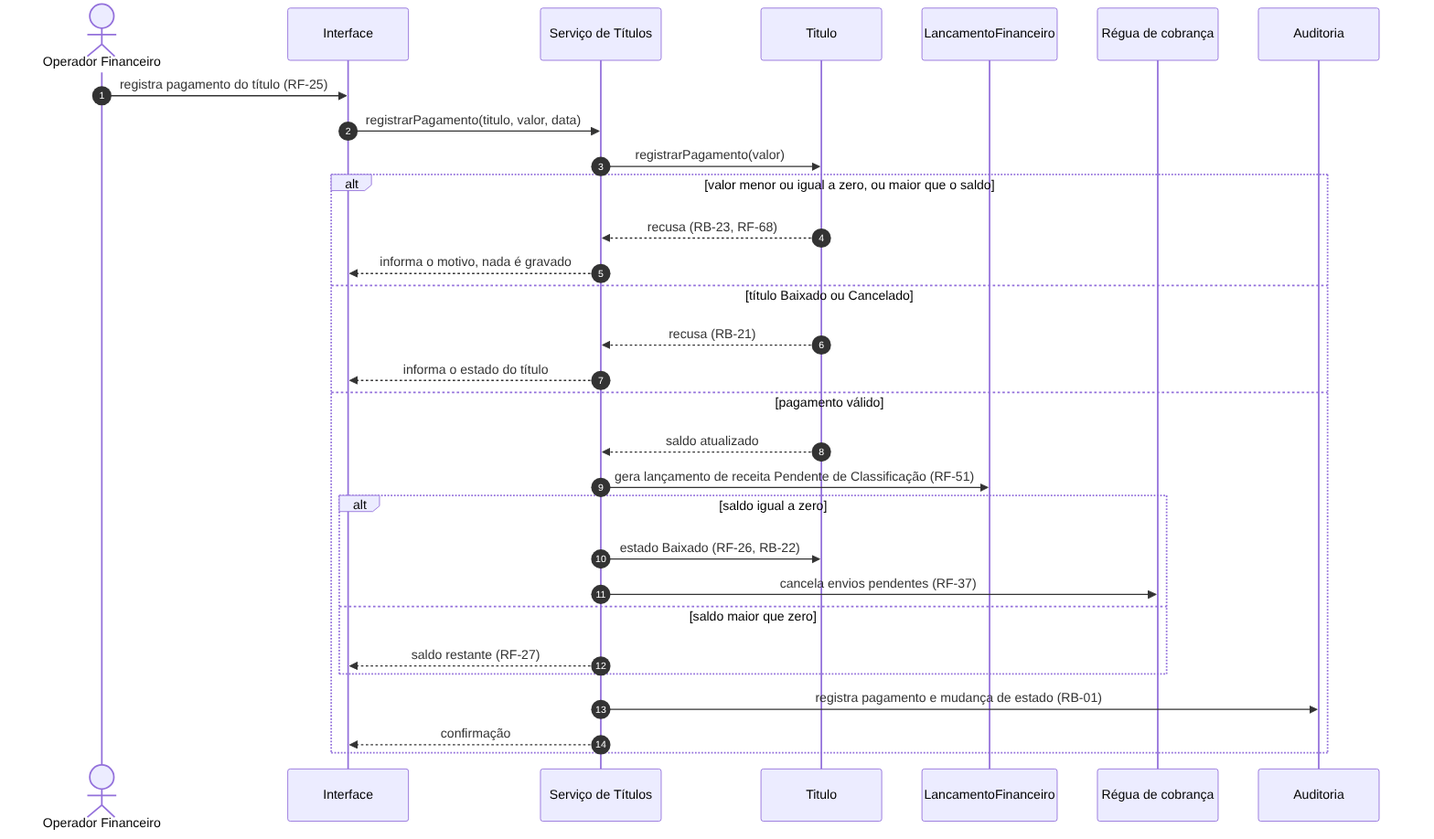
This is docs/uml/seq-UC-06.png from pedroguerra0603/Projeto_RemindMe, a Mermaid export, as it was before one commit. Its source is kept beside it as docs/uml/seq-UC-06.mmd. Source of this version:
```mermaid
sequenceDiagram
    autonumber
    actor Operador as Operador Financeiro
    participant UI as Interface
    participant App as Serviço de Títulos
    participant Tit as Titulo
    participant Lanc as LancamentoFinanceiro
    participant Regua as Régua de cobrança
    participant Aud as Auditoria

    Operador->>UI: registra pagamento do título (RF-25)
    UI->>App: registrarPagamento(titulo, valor, data)
    App->>Tit: registrarPagamento(valor)

    alt valor menor ou igual a zero, ou maior que o saldo
        Tit-->>App: recusa (RB-23, RF-68)
        App-->>UI: informa o motivo, nada é gravado
    else título Baixado ou Cancelado
        Tit-->>App: recusa (RB-21)
        App-->>UI: informa o estado do título
    else pagamento válido
        Tit-->>App: saldo atualizado
        App->>Lanc: gera lançamento de receita Pendente de Classificação (RF-51)
        alt saldo igual a zero
            App->>Tit: estado Baixado (RF-26, RB-22)
            App->>Regua: cancela envios pendentes (RF-37)
        else saldo maior que zero
            App-->>UI: saldo restante (RF-27)
        end
        App->>Aud: registra pagamento e mudança de estado (RB-01)
        App-->>UI: confirmação
    end
```
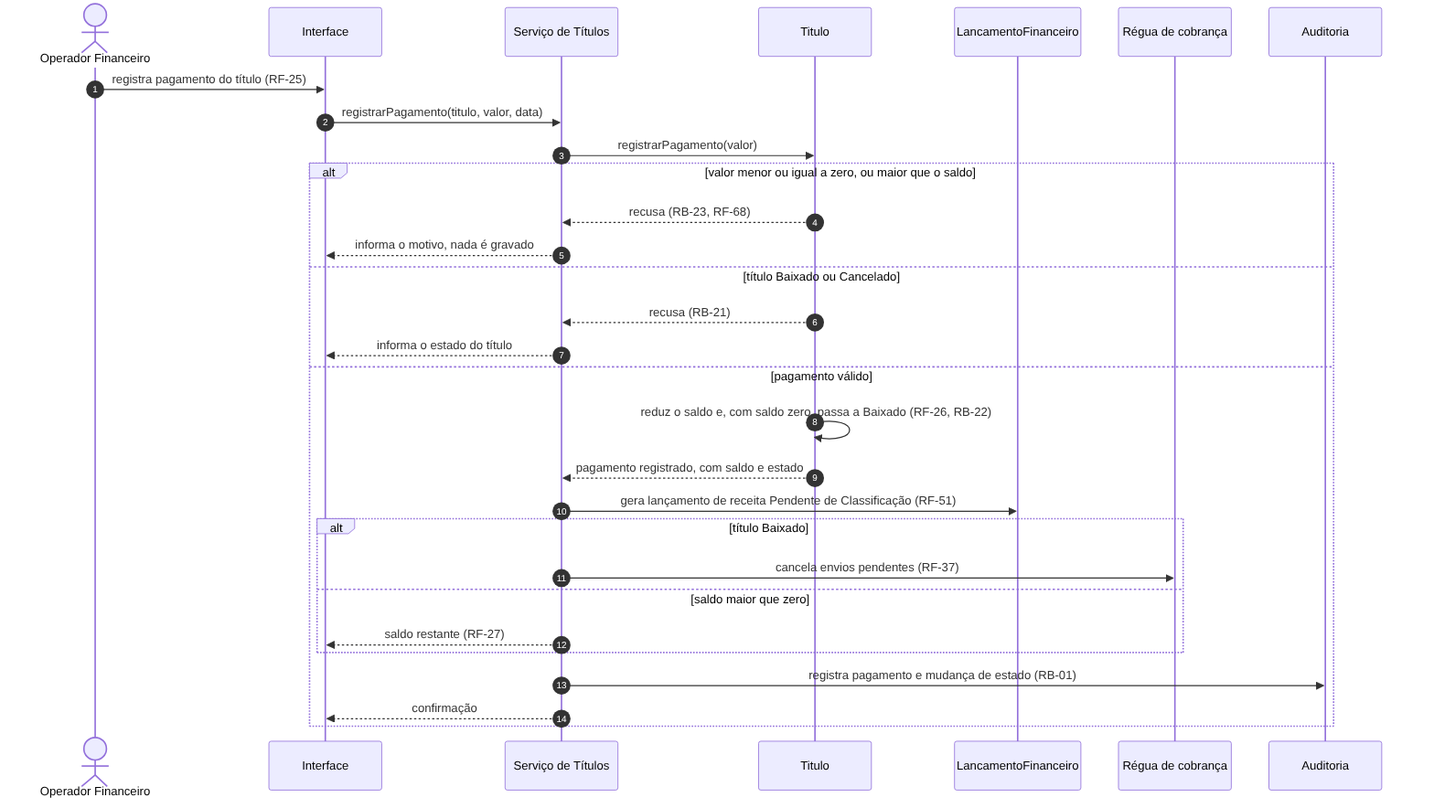
After the commit.

Change to the diagram source:
```diff
@@ -19,10 +19,10 @@
         Tit-->>App: recusa (RB-21)
         App-->>UI: informa o estado do título
     else pagamento válido
-        Tit-->>App: saldo atualizado
+        Tit->>Tit: reduz o saldo e, com saldo zero, passa a Baixado (RF-26, RB-22)
+        Tit-->>App: pagamento registrado, com saldo e estado
         App->>Lanc: gera lançamento de receita Pendente de Classificação (RF-51)
-        alt saldo igual a zero
-            App->>Tit: estado Baixado (RF-26, RB-22)
+        alt título Baixado
             App->>Regua: cancela envios pendentes (RF-37)
         else saldo maior que zero
             App-->>UI: saldo restante (RF-27)
```
